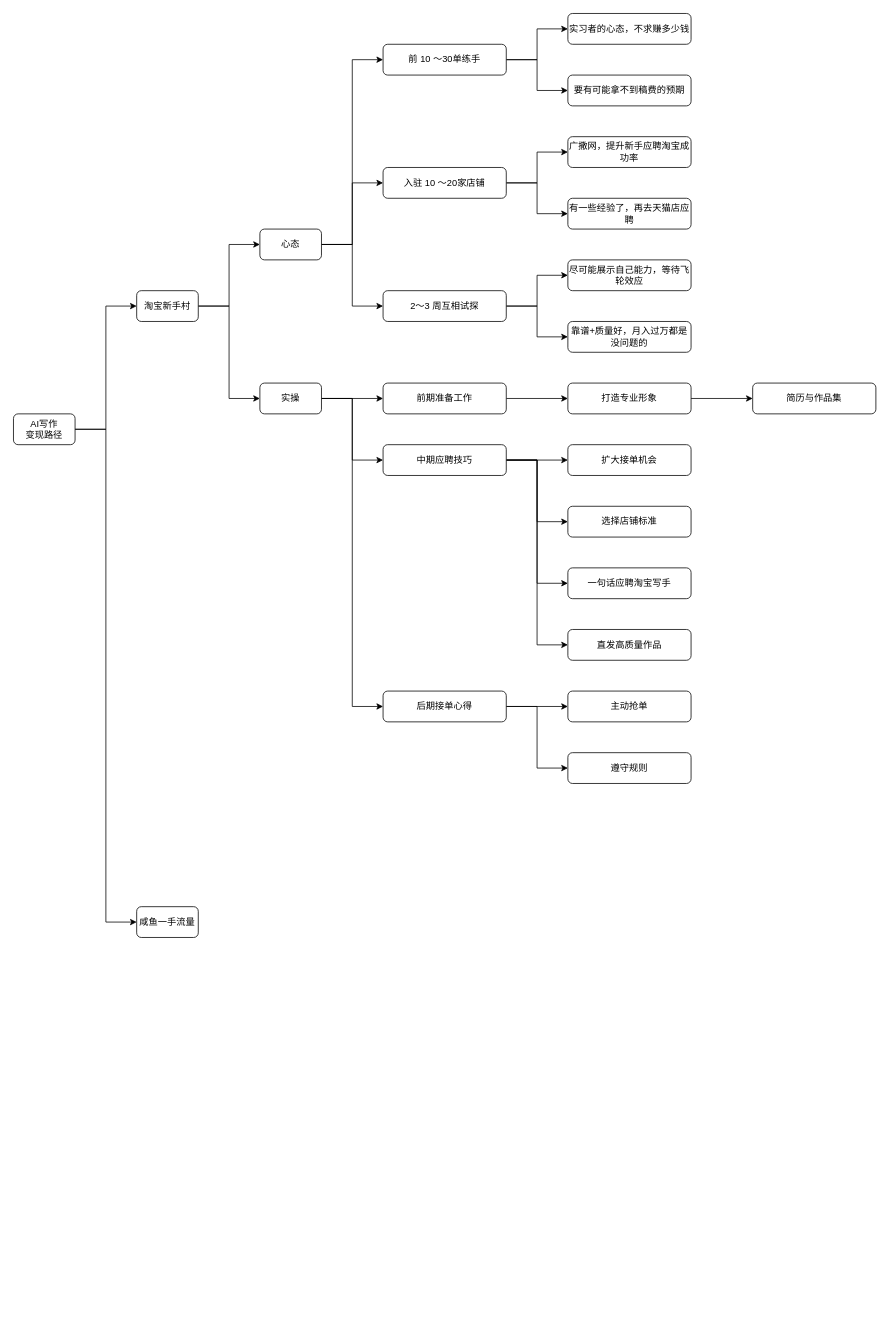
Before: page "第 2 页" (2 of 2) of AI prompt.drawio in youyusan/AI_prompt, a draw.io diagram. Source tidied: cells renumbered, new cells numbered last; positions are measured from the earlier drawing's top-left corner, leaving out a move shared by most shapes. Both pictures are drawn from the tidied source at 77%, with x=0, y=0 at pixel (13, 13).
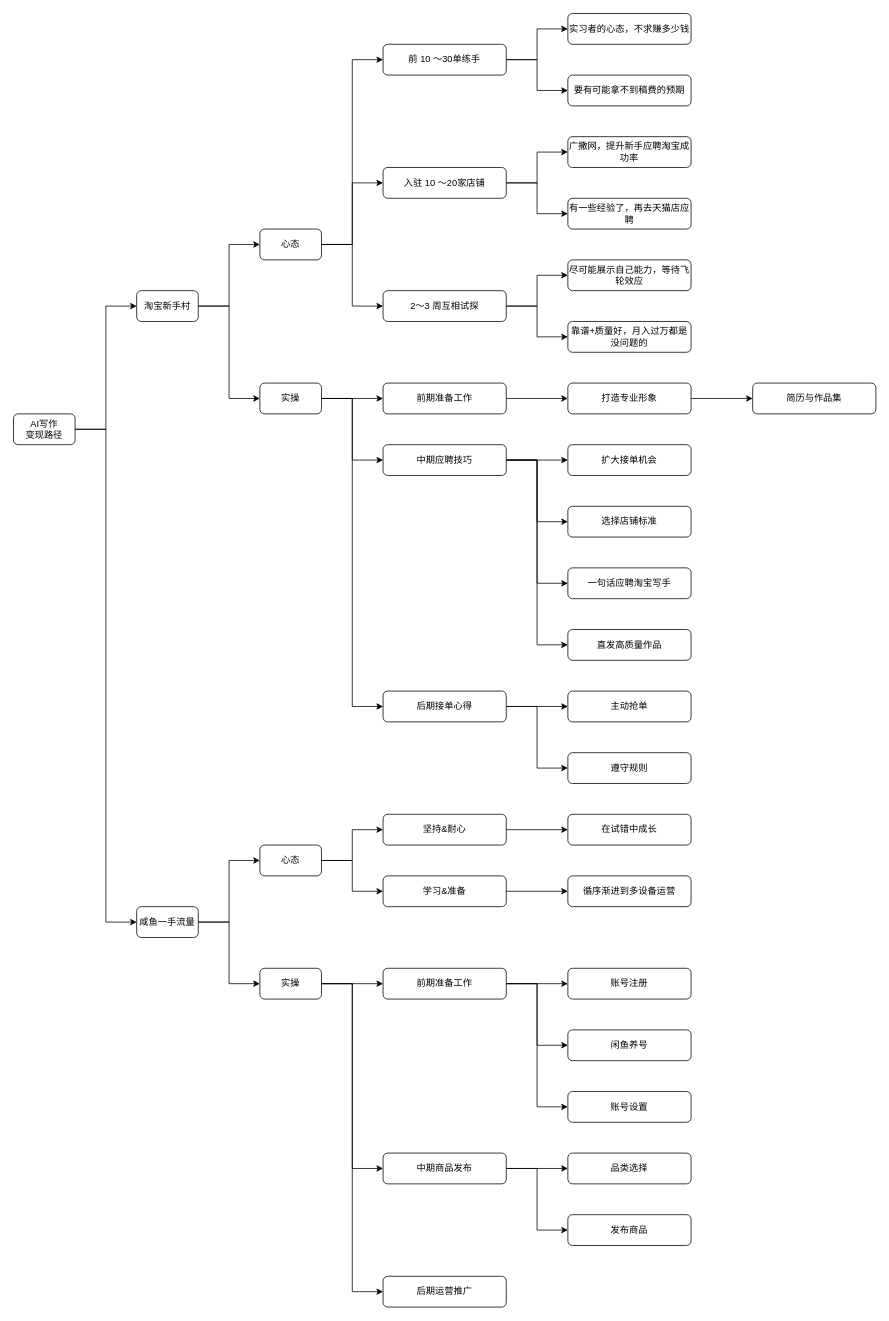
The same page after the edit.

The change refers to these unchanged cells:
```xml
<mxCell id="8" value="咸鱼一手流量" style="rounded=1;whiteSpace=wrap;html=1;" parent="1" vertex="1">
  <mxGeometry x="160" y="1160" width="80" height="40" as="geometry" />
</mxCell>
```

Change to the diagram source:
```diff
@@
+    <mxCell id="51" style="edgeStyle=orthogonalEdgeStyle;shape=connector;rounded=0;hachureGap=4;jettySize=auto;html=1;entryX=0;entryY=0.5;entryDx=0;entryDy=0;strokeColor=default;align=center;verticalAlign=middle;fontFamily=Architects Daughter;fontSize=11;fontColor=default;labelBackgroundColor=default;endArrow=classic;" parent="1" edge="1" source="8" target="55">
+      <mxGeometry relative="1" as="geometry" />
+    </mxCell>
+    <mxCell id="52" style="edgeStyle=orthogonalEdgeStyle;shape=connector;rounded=0;hachureGap=4;jettySize=auto;html=1;entryX=0;entryY=0.5;entryDx=0;entryDy=0;strokeColor=default;align=center;verticalAlign=middle;fontFamily=Architects Daughter;fontSize=11;fontColor=default;labelBackgroundColor=default;endArrow=classic;" parent="1" edge="1" source="8" target="61">
+      <mxGeometry relative="1" as="geometry" />
+    </mxCell>
@@
+    <mxCell id="53" style="edgeStyle=orthogonalEdgeStyle;shape=connector;rounded=0;hachureGap=4;jettySize=auto;html=1;strokeColor=default;align=center;verticalAlign=middle;fontFamily=Architects Daughter;fontSize=11;fontColor=default;labelBackgroundColor=default;endArrow=classic;" parent="1" edge="1" source="55" target="57">
+      <mxGeometry relative="1" as="geometry" />
+    </mxCell>
+    <mxCell id="54" style="edgeStyle=orthogonalEdgeStyle;shape=connector;rounded=0;hachureGap=4;jettySize=auto;html=1;entryX=0;entryY=0.5;entryDx=0;entryDy=0;strokeColor=default;align=center;verticalAlign=middle;fontFamily=Architects Daughter;fontSize=11;fontColor=default;labelBackgroundColor=default;endArrow=classic;" parent="1" edge="1" source="55" target="63">
+      <mxGeometry relative="1" as="geometry" />
+    </mxCell>
+    <mxCell id="55" value="心态" style="rounded=1;whiteSpace=wrap;html=1;" parent="1" vertex="1">
+      <mxGeometry x="320" y="1080" width="80" height="40" as="geometry" />
+    </mxCell>
+    <mxCell id="56" style="edgeStyle=orthogonalEdgeStyle;shape=connector;rounded=0;hachureGap=4;jettySize=auto;html=1;entryX=0;entryY=0.5;entryDx=0;entryDy=0;strokeColor=default;align=center;verticalAlign=middle;fontFamily=Architects Daughter;fontSize=11;fontColor=default;labelBackgroundColor=default;endArrow=classic;" parent="1" edge="1" source="57" target="71">
+      <mxGeometry relative="1" as="geometry" />
+    </mxCell>
+    <mxCell id="57" value="坚持&amp;amp;耐心" style="rounded=1;whiteSpace=wrap;html=1;" parent="1" vertex="1">
+      <mxGeometry x="480" y="1040" width="160" height="40" as="geometry" />
+    </mxCell>
+    <mxCell id="58" style="edgeStyle=orthogonalEdgeStyle;shape=connector;rounded=0;hachureGap=4;jettySize=auto;html=1;strokeColor=default;align=center;verticalAlign=middle;fontFamily=Architects Daughter;fontSize=11;fontColor=default;labelBackgroundColor=default;endArrow=classic;" parent="1" edge="1" source="61" target="67">
+      <mxGeometry relative="1" as="geometry" />
+    </mxCell>
+    <mxCell id="59" style="edgeStyle=orthogonalEdgeStyle;shape=connector;rounded=0;hachureGap=4;jettySize=auto;html=1;entryX=0;entryY=0.5;entryDx=0;entryDy=0;strokeColor=default;align=center;verticalAlign=middle;fontFamily=Architects Daughter;fontSize=11;fontColor=default;labelBackgroundColor=default;endArrow=classic;" parent="1" edge="1" source="61" target="70">
+      <mxGeometry relative="1" as="geometry" />
+    </mxCell>
+    <mxCell id="60" style="edgeStyle=orthogonalEdgeStyle;shape=connector;rounded=0;hachureGap=4;jettySize=auto;html=1;entryX=0;entryY=0.5;entryDx=0;entryDy=0;strokeColor=default;align=center;verticalAlign=middle;fontFamily=Architects Daughter;fontSize=11;fontColor=default;labelBackgroundColor=default;endArrow=classic;" parent="1" edge="1" source="61" target="78">
+      <mxGeometry relative="1" as="geometry" />
+    </mxCell>
+    <mxCell id="61" value="实操" style="rounded=1;whiteSpace=wrap;html=1;" parent="1" vertex="1">
+      <mxGeometry x="320" y="1240" width="80" height="40" as="geometry" />
+    </mxCell>
+    <mxCell id="62" style="edgeStyle=orthogonalEdgeStyle;shape=connector;rounded=0;hachureGap=4;jettySize=auto;html=1;strokeColor=default;align=center;verticalAlign=middle;fontFamily=Architects Daughter;fontSize=11;fontColor=default;labelBackgroundColor=default;endArrow=classic;" parent="1" edge="1" source="63" target="72">
+      <mxGeometry relative="1" as="geometry" />
+    </mxCell>
+    <mxCell id="63" value="学习&amp;amp;准备" style="rounded=1;whiteSpace=wrap;html=1;" parent="1" vertex="1">
+      <mxGeometry x="480" y="1120" width="160" height="40" as="geometry" />
+    </mxCell>
+    <mxCell id="64" style="edgeStyle=orthogonalEdgeStyle;shape=connector;rounded=0;hachureGap=4;jettySize=auto;html=1;strokeColor=default;align=center;verticalAlign=middle;fontFamily=Architects Daughter;fontSize=11;fontColor=default;labelBackgroundColor=default;endArrow=classic;" parent="1" edge="1" source="67" target="73">
+      <mxGeometry relative="1" as="geometry" />
+    </mxCell>
+    <mxCell id="65" style="edgeStyle=orthogonalEdgeStyle;shape=connector;rounded=0;hachureGap=4;jettySize=auto;html=1;entryX=0;entryY=0.5;entryDx=0;entryDy=0;strokeColor=default;align=center;verticalAlign=middle;fontFamily=Architects Daughter;fontSize=11;fontColor=default;labelBackgroundColor=default;endArrow=classic;" parent="1" edge="1" source="67" target="74">
+      <mxGeometry relative="1" as="geometry" />
+    </mxCell>
+    <mxCell id="66" style="edgeStyle=orthogonalEdgeStyle;shape=connector;rounded=0;hachureGap=4;jettySize=auto;html=1;entryX=0;entryY=0.5;entryDx=0;entryDy=0;strokeColor=default;align=center;verticalAlign=middle;fontFamily=Architects Daughter;fontSize=11;fontColor=default;labelBackgroundColor=default;endArrow=classic;" parent="1" edge="1" source="67" target="75">
+      <mxGeometry relative="1" as="geometry" />
+    </mxCell>
+    <mxCell id="67" value="前期准备工作" style="rounded=1;whiteSpace=wrap;html=1;" parent="1" vertex="1">
+      <mxGeometry x="480" y="1240" width="160" height="40" as="geometry" />
+    </mxCell>
+    <mxCell id="68" style="edgeStyle=orthogonalEdgeStyle;shape=connector;rounded=0;hachureGap=4;jettySize=auto;html=1;strokeColor=default;align=center;verticalAlign=middle;fontFamily=Architects Daughter;fontSize=11;fontColor=default;labelBackgroundColor=default;endArrow=classic;" parent="1" edge="1" source="70" target="76">
+      <mxGeometry relative="1" as="geometry" />
+    </mxCell>
+    <mxCell id="69" style="edgeStyle=orthogonalEdgeStyle;shape=connector;rounded=0;hachureGap=4;jettySize=auto;html=1;entryX=0;entryY=0.5;entryDx=0;entryDy=0;strokeColor=default;align=center;verticalAlign=middle;fontFamily=Architects Daughter;fontSize=11;fontColor=default;labelBackgroundColor=default;endArrow=classic;" parent="1" edge="1" source="70" target="77">
+      <mxGeometry relative="1" as="geometry" />
+    </mxCell>
+    <mxCell id="70" value="中期商品发布" style="rounded=1;whiteSpace=wrap;html=1;" parent="1" vertex="1">
+      <mxGeometry x="480" y="1480" width="160" height="40" as="geometry" />
+    </mxCell>
+    <mxCell id="71" value="在试错中成长" style="rounded=1;whiteSpace=wrap;html=1;" parent="1" vertex="1">
+      <mxGeometry x="720" y="1040" width="160" height="40" as="geometry" />
+    </mxCell>
+    <mxCell id="72" value="循序渐进到多设备运营" style="rounded=1;whiteSpace=wrap;html=1;" parent="1" vertex="1">
+      <mxGeometry x="720" y="1120" width="160" height="40" as="geometry" />
+    </mxCell>
+    <mxCell id="73" value="账号注册" style="rounded=1;whiteSpace=wrap;html=1;" parent="1" vertex="1">
+      <mxGeometry x="720" y="1240" width="160" height="40" as="geometry" />
+    </mxCell>
+    <mxCell id="74" value="闲鱼养号" style="rounded=1;whiteSpace=wrap;html=1;" parent="1" vertex="1">
+      <mxGeometry x="720" y="1320" width="160" height="40" as="geometry" />
+    </mxCell>
+    <mxCell id="75" value="账号设置" style="rounded=1;whiteSpace=wrap;html=1;" parent="1" vertex="1">
+      <mxGeometry x="720" y="1400" width="160" height="40" as="geometry" />
+    </mxCell>
+    <mxCell id="76" value="品类选择" style="rounded=1;whiteSpace=wrap;html=1;" parent="1" vertex="1">
+      <mxGeometry x="720" y="1480" width="160" height="40" as="geometry" />
+    </mxCell>
+    <mxCell id="77" value="发布商品" style="rounded=1;whiteSpace=wrap;html=1;" parent="1" vertex="1">
+      <mxGeometry x="720" y="1560" width="160" height="40" as="geometry" />
+    </mxCell>
+    <mxCell id="78" value="后期运营推广" style="rounded=1;whiteSpace=wrap;html=1;" parent="1" vertex="1">
+      <mxGeometry x="480" y="1640" width="160" height="40" as="geometry" />
+    </mxCell>
```
